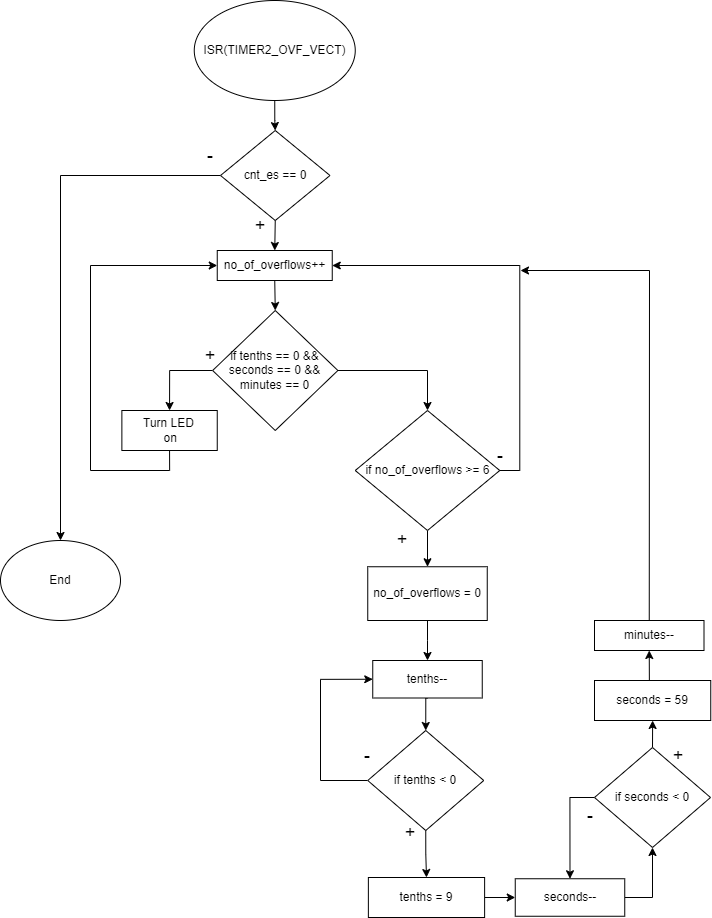
Earlier version of the draw.io export project1/timer.drawio.png (OndraFoltyn/digital-electronics-2). Source tidied: cells renumbered, new cells last; positions are measured from the earlier drawing's top-left corner, leaving out a move shared by most shapes.
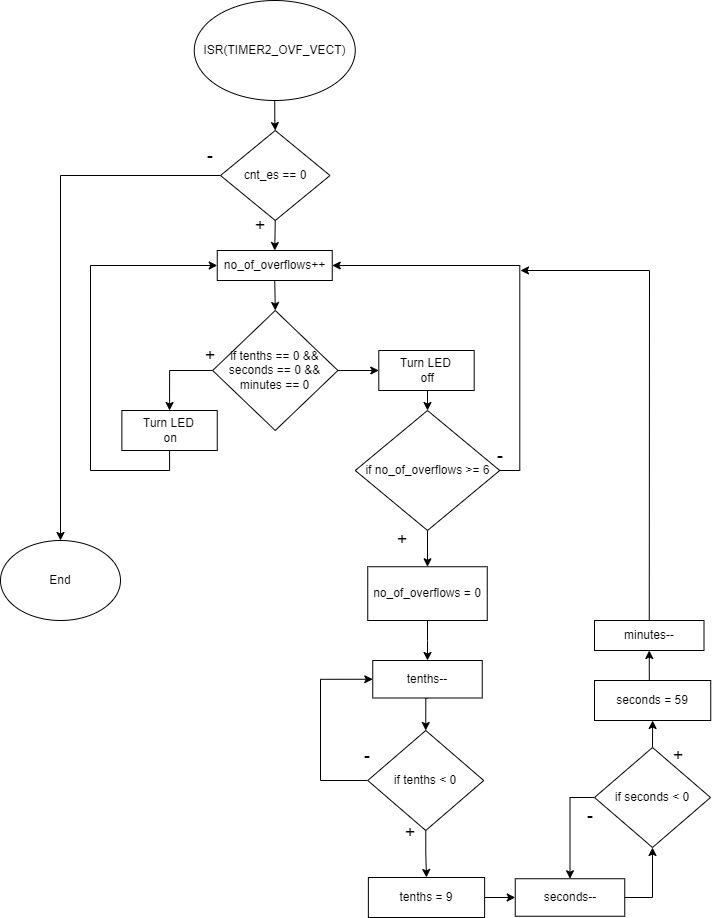
The same file after the commit.

Diff of the diagram source:
```diff
@@ -115,9 +115,9 @@
     <mxCell id="37" style="edgeStyle=orthogonalEdgeStyle;rounded=0;jettySize=auto;html=1;exitX=0;exitY=0.5;exitDx=0;exitDy=0;entryX=0.5;entryY=0;entryDx=0;entryDy=0;" parent="1" edge="1" source="39" target="41">
       <mxGeometry relative="1" as="geometry" />
     </mxCell>
-    <mxCell id="38" style="edgeStyle=orthogonalEdgeStyle;rounded=0;jettySize=auto;html=1;entryX=0.5;entryY=0;entryDx=0;entryDy=0;" parent="1" edge="1" source="39" target="11">
-      <mxGeometry relative="1" as="geometry" />
-    </mxCell>
+    <mxCell id="45" style="edgeStyle=orthogonalEdgeStyle;rounded=0;jettySize=auto;html=1;exitX=1;exitY=0.5;exitDx=0;exitDy=0;entryX=0;entryY=0.5;entryDx=0;entryDy=0;" parent="1" edge="1" source="39" target="47">
+      <mxGeometry relative="1" as="geometry" />
+    </mxCell>
     <mxCell id="39" value="if tenths == 0 &amp;amp;&amp;amp; seconds == 0 &amp;amp;&amp;amp; minutes == 0" style="rhombus;whiteSpace=wrap;html=1;" parent="1" vertex="1">
       <mxGeometry x="212.1" y="310" width="125.2" height="120" as="geometry" />
     </mxCell>
@@ -147,5 +147,11 @@
         </Array>
       </mxGeometry>
     </mxCell>
+    <mxCell id="46" style="edgeStyle=orthogonalEdgeStyle;rounded=0;jettySize=auto;html=1;exitX=0.5;exitY=1;exitDx=0;exitDy=0;entryX=0.5;entryY=0;entryDx=0;entryDy=0;" parent="1" edge="1" source="47" target="11">
+      <mxGeometry relative="1" as="geometry" />
+    </mxCell>
+    <mxCell id="47" value="Turn LED&lt;br&gt;&amp;nbsp;off" style="rounded=0;whiteSpace=wrap;html=1;" parent="1" vertex="1">
+      <mxGeometry x="378.3" y="350" width="95.4" height="40" as="geometry" />
+    </mxCell>
   </root>
 </mxGraphModel>
```
